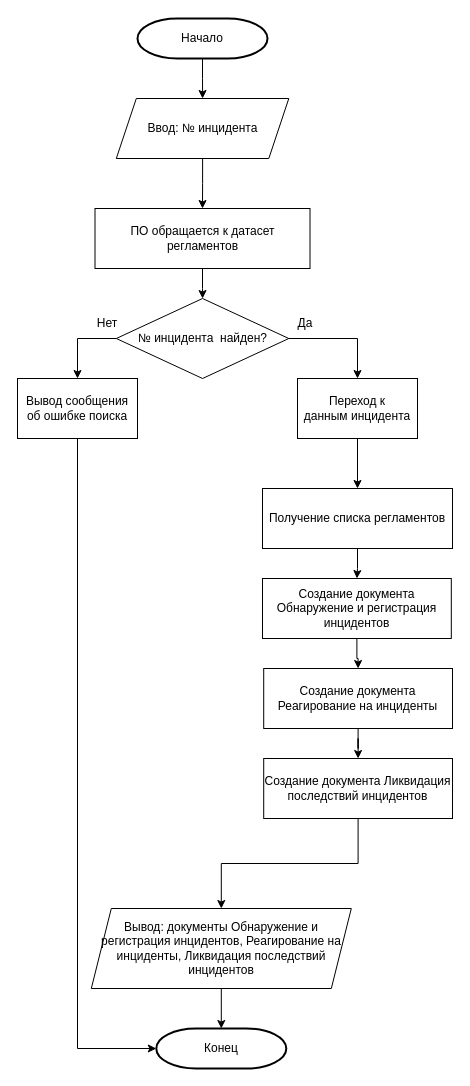
This is Algorithm_OPZ/(3. ЧР) 2. Алгоритм Генерация регламентов.drawio from SmirnovBogdan8/Diplom, a draw.io file, before an edit. Source tidied: cells renumbered, new cells numbered last; positions are measured from the earlier drawing's top-left corner, leaving out a move shared by most shapes. Both pictures are drawn from the tidied source at 100%, with x=0, y=0 at pixel (17, 18).
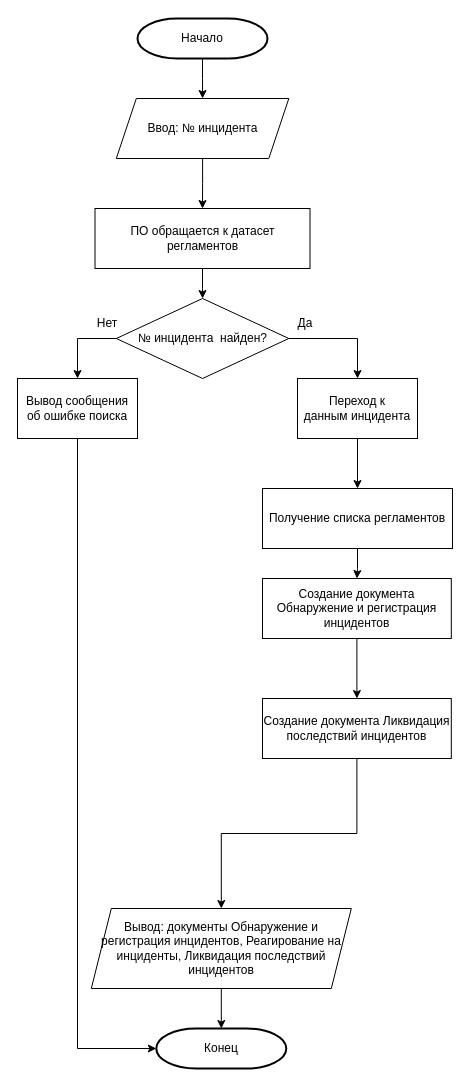
The same diagram, later.

Unchanged cells that the change refers to:
```xml
<mxCell id="21" value="Создание документа Обнаружение и регистрация инцидентов" style="rounded=0;whiteSpace=wrap;html=1;" parent="1" vertex="1">
  <mxGeometry x="245" y="560" width="188.8" height="60" as="geometry" />
</mxCell>
```

Change to the diagram source:
```diff
@@
-    <mxCell id="20" style="edgeStyle=orthogonalEdgeStyle;rounded=0;jettySize=auto;html=1;" parent="1" edge="1" source="21" target="25">
-      <mxGeometry relative="1" as="geometry" />
-    </mxCell>
+    <mxCell id="28" style="edgeStyle=orthogonalEdgeStyle;rounded=0;jettySize=auto;html=1;" parent="1" edge="1" source="21" target="27">
+      <mxGeometry relative="1" as="geometry" />
+    </mxCell>
@@
-    <mxCell id="24" style="edgeStyle=orthogonalEdgeStyle;rounded=0;jettySize=auto;html=1;" parent="1" edge="1" source="25" target="27">
-      <mxGeometry relative="1" as="geometry" />
-    </mxCell>
-    <mxCell id="25" value="Создание документа Реагирование на инциденты" style="rounded=0;whiteSpace=wrap;html=1;" parent="1" vertex="1">
-      <mxGeometry x="246.2" y="650" width="188.8" height="60" as="geometry" />
-    </mxCell>
@@
     <mxCell id="27" value="Создание документа Ликвидация последствий инцидентов" style="rounded=0;whiteSpace=wrap;html=1;" parent="1" vertex="1">
-      <mxGeometry x="246.2" y="740" width="188.8" height="60" as="geometry" />
+      <mxGeometry x="245" y="680" width="188.8" height="60" as="geometry" />
     </mxCell>
```
